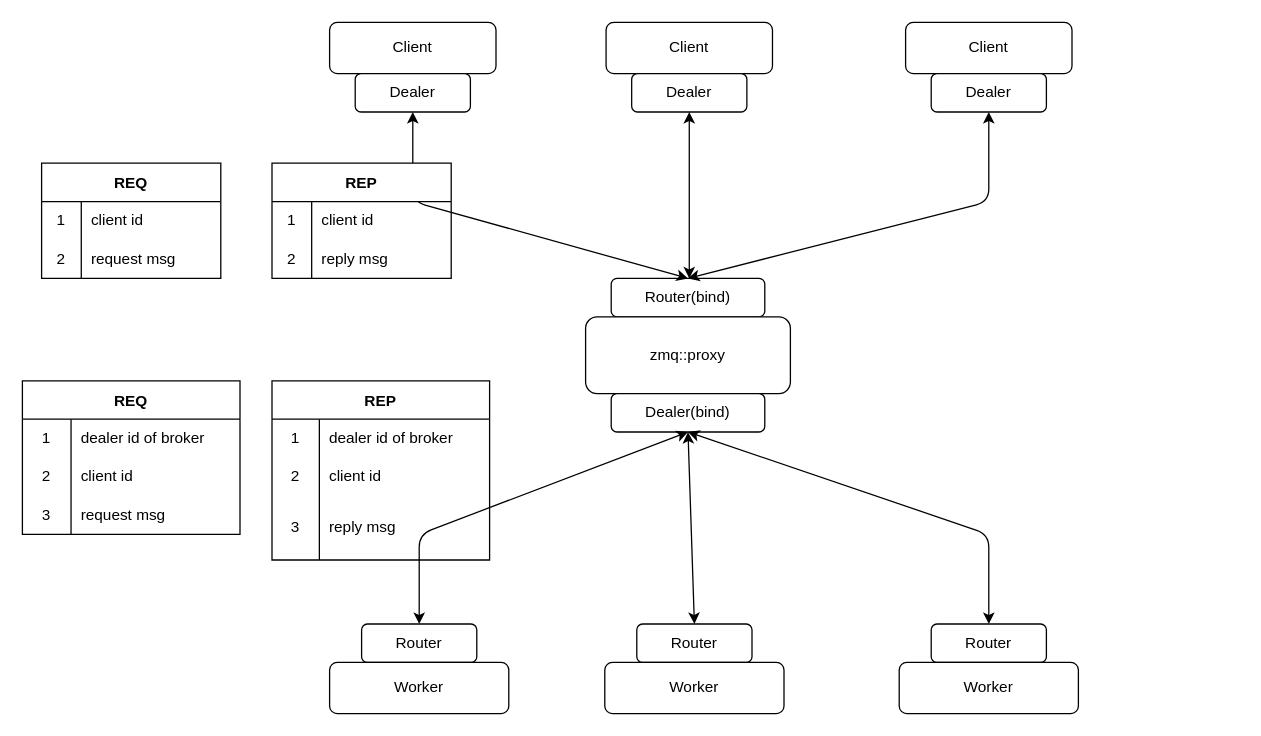
Before: cppzmq_playground/dummy_proxy/principle.drawio in hdy117/SimTools, a draw.io diagram. Source tidied: cells renumbered, new cells numbered last; positions are measured from the earlier drawing's top-left corner, leaving out a move shared by most shapes. Both pictures are drawn from the tidied source at 128%, with x=0, y=0 at pixel (22, 22).
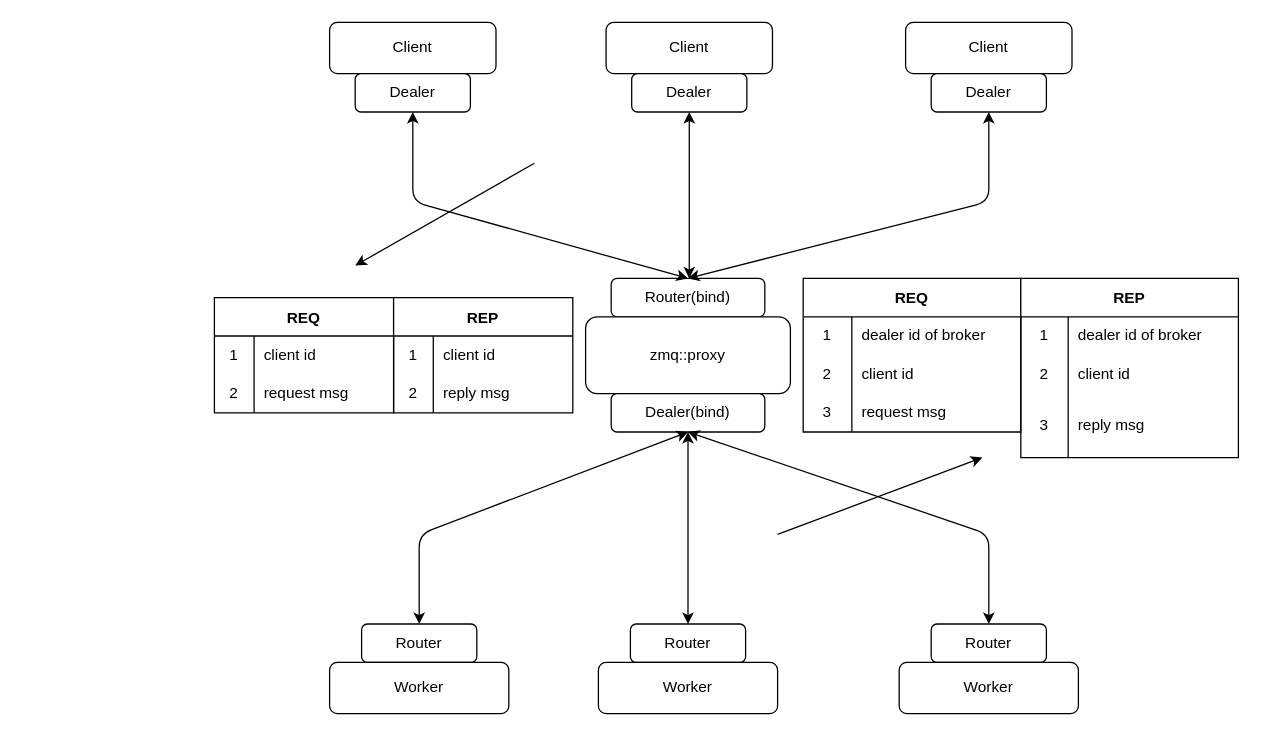
Above is the later version.

The edit, as a diff of the source:
```diff
@@
     <mxCell id="13" value="Router" style="rounded=1;whiteSpace=wrap;html=1;" parent="1" vertex="1">
-      <mxGeometry x="480" y="470" width="90" height="30" as="geometry" />
+      <mxGeometry x="475" y="470" width="90" height="30" as="geometry" />
     </mxCell>
     <mxCell id="14" value="Worker" style="rounded=1;whiteSpace=wrap;html=1;" parent="1" vertex="1">
-      <mxGeometry x="455" y="500" width="140" height="40" as="geometry" />
+      <mxGeometry x="450" y="500" width="140" height="40" as="geometry" />
     </mxCell>
@@
     <mxCell id="23" value="REQ" style="shape=table;startSize=30;childLayout=tableLayout;rowLines=0;fontStyle=1;" parent="1" vertex="1">
-      <mxGeometry x="15" y="110" width="140" height="90" as="geometry" />
+      <mxGeometry x="150" y="215" width="140" height="90" as="geometry" />
     </mxCell>
@@
     <mxCell id="30" value="REP" style="shape=table;startSize=30;childLayout=tableLayout;rowLines=0;fontStyle=1;" parent="1" vertex="1">
-      <mxGeometry x="195" y="110" width="140" height="90" as="geometry" />
+      <mxGeometry x="290" y="215" width="140" height="90" as="geometry" />
     </mxCell>
@@
     <mxCell id="37" value="REQ" style="shape=table;startSize=30;childLayout=tableLayout;rowLines=0;fontStyle=1;" parent="1" vertex="1">
-      <mxGeometry y="280" width="170" height="120" as="geometry" />
+      <mxGeometry x="610" y="200" width="170" height="120" as="geometry" />
     </mxCell>
@@
     <mxCell id="47" value="REP" style="shape=table;startSize=30;childLayout=tableLayout;rowLines=0;fontStyle=1;" parent="1" vertex="1">
-      <mxGeometry x="195" y="280" width="170" height="140" as="geometry" />
+      <mxGeometry x="780" y="200" width="170" height="140" as="geometry" />
     </mxCell>
@@
+    <mxCell id="57" style="endArrow=classic;html=1;" parent="1" edge="1">
+      <mxGeometry relative="1" as="geometry">
+        <mxPoint x="590" y="400" as="sourcePoint" />
+        <mxPoint x="750" y="340" as="targetPoint" />
+      </mxGeometry>
+    </mxCell>
+    <mxCell id="58" style="endArrow=classic;html=1;" parent="1" edge="1">
+      <mxGeometry relative="1" as="geometry">
+        <mxPoint x="400" y="110" as="sourcePoint" />
+        <mxPoint x="260" y="190" as="targetPoint" />
+      </mxGeometry>
+    </mxCell>
```
